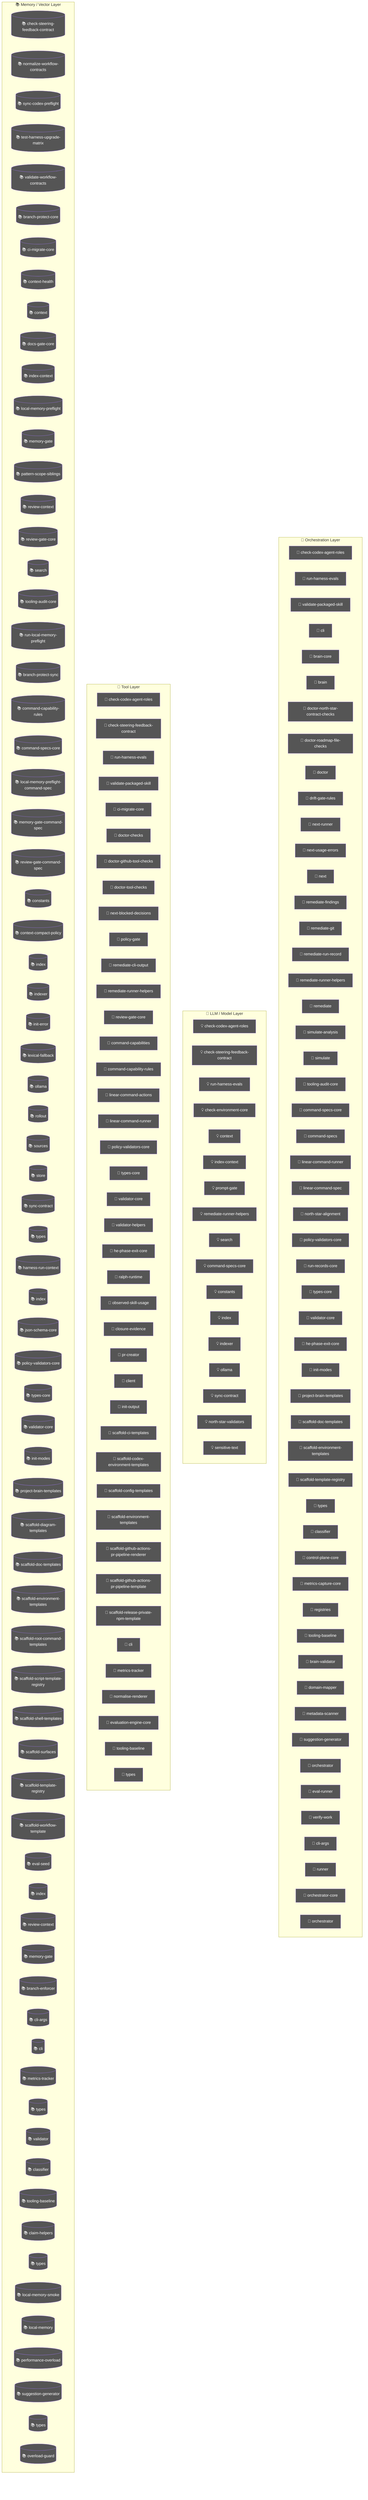
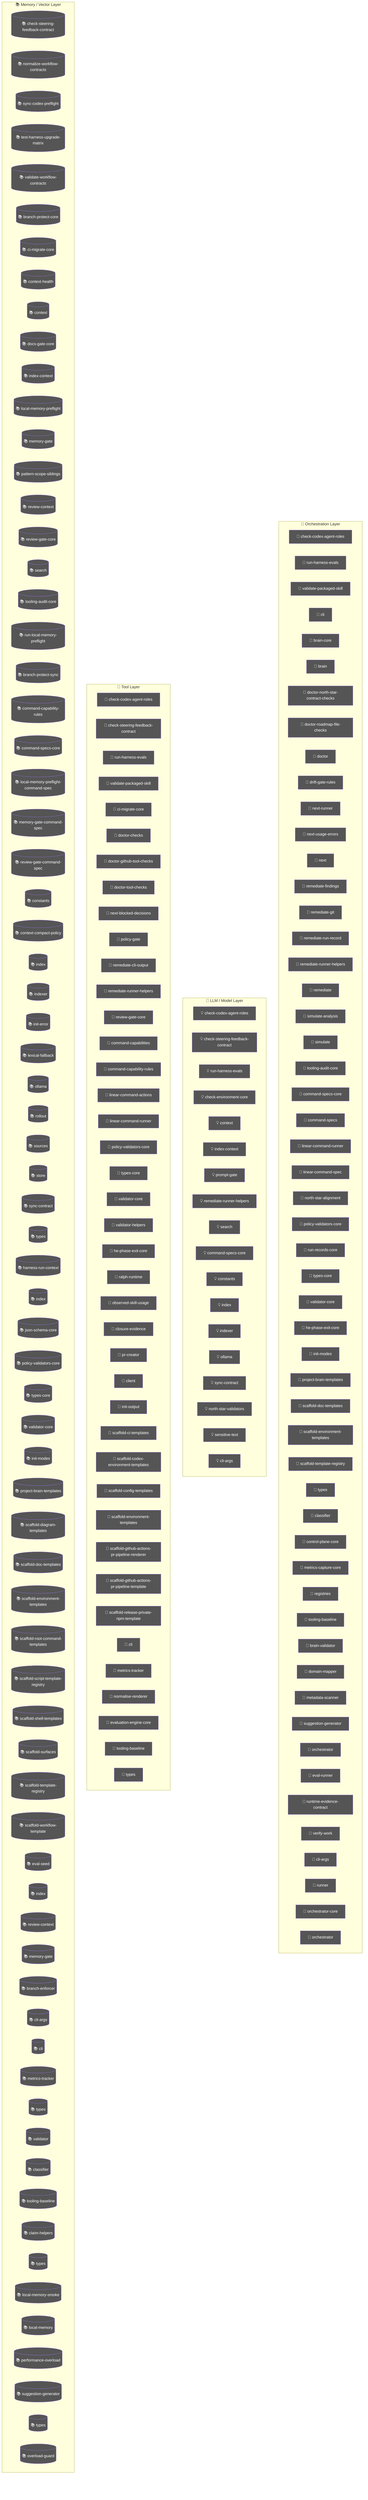
flowchart TD
  subgraph Orchestration["🎯 Orchestration Layer"]
    node_agent_mmd_orchestration_layer_orchestration_chec_7a9f0b64["🤖 check-codex-agent-roles"]
    node_agent_mmd_orchestration_layer_orchestration_run__18817957["🤖 run-harness-evals"]
    node_agent_mmd_orchestration_layer_orchestration_vali_c01b04be["🤖 validate-packaged-skill"]
    cli_99bb8840["🤖 cli"]
    brain_core_aa07c380["🤖 brain-core"]
    brain_bbbf7a64["🤖 brain"]
    doctor_north_star_contract_checks_0048124c["🤖 doctor-north-star-contract-checks"]
    doctor_roadmap_file_checks_14447b8e["🤖 doctor-roadmap-file-checks"]
    doctor_72f4be89["🤖 doctor"]
    drift_gate_rules_9685e72d["🤖 drift-gate-rules"]
    next_runner_41643472["🤖 next-runner"]
    next_usage_errors_837a345a["🤖 next-usage-errors"]
    next_c6c1c9a9["🤖 next"]
    remediate_findings_8b09c8c6["🤖 remediate-findings"]
    remediate_git_58c6f6f4["🤖 remediate-git"]
    remediate_run_record_9dfe5dc1["🤖 remediate-run-record"]
    node_agent_mmd_orchestration_layer_orchestration_reme_359fe98f["🤖 remediate-runner-helpers"]
    remediate_06b9c7fc["🤖 remediate"]
    simulate_analysis_164a460c["🤖 simulate-analysis"]
    simulate_b9efe395["🤖 simulate"]
    node_agent_mmd_orchestration_layer_orchestration_tool_acfe0c01["🤖 tooling-audit-core"]
    node_agent_mmd_orchestration_layer_orchestration_comm_1f8cc24c["🤖 command-specs-core"]
    command_specs_69167c63["🤖 command-specs"]
    node_agent_mmd_orchestration_layer_orchestration_line_b67affd5["🤖 linear-command-runner"]
    linear_command_spec_1e12dd44["🤖 linear-command-spec"]
    north_star_alignment_00440188["🤖 north-star-alignment"]
    node_agent_mmd_orchestration_layer_orchestration_poli_3270b55d["🤖 policy-validators-core"]
    run_records_core_89286dfa["🤖 run-records-core"]
    node_agent_mmd_orchestration_layer_orchestration_type_7cf81261["🤖 types-core"]
    node_agent_mmd_orchestration_layer_orchestration_vali_d9fe99e6["🤖 validator-core"]
    node_agent_mmd_orchestration_layer_orchestration_he_p_fc778c24["🤖 he-phase-exit-core"]
    node_agent_mmd_orchestration_layer_orchestration_init_2a9c3ecb["🤖 init-modes"]
    node_agent_mmd_orchestration_layer_orchestration_proj_6ab6f60f["🤖 project-brain-templates"]
    node_agent_mmd_orchestration_layer_orchestration_scaf_12cc07db["🤖 scaffold-doc-templates"]
    node_agent_mmd_orchestration_layer_orchestration_scaf_c9a90c2f["🤖 scaffold-environment-templates"]
    node_agent_mmd_orchestration_layer_orchestration_scaf_ff8f92f6["🤖 scaffold-template-registry"]
-     types_8_f6283648["🤖 types"]
+     types_9_1db4641f["🤖 types"]
    node_agent_mmd_orchestration_layer_orchestration_clas_899b821a["🤖 classifier"]
    control_plane_core_db3b4cb2["🤖 control-plane-core"]
    metrics_capture_core_db4bf7cf["🤖 metrics-capture-core"]
    registries_06402afa["🤖 registries"]
    node_agent_mmd_orchestration_layer_orchestration_tool_cc43149f["🤖 tooling-baseline"]
    brain_validator_be251832["🤖 brain-validator"]
    domain_mapper_cd9333d2["🤖 domain-mapper"]
    metadata_scanner_6a101b66["🤖 metadata-scanner"]
    node_agent_mmd_orchestration_layer_orchestration_sugg_85c5ebe3["🤖 suggestion-generator"]
    orchestrator_11376b7e["🤖 orchestrator"]
    eval_runner_0966a6b3["🤖 eval-runner"]
+     runtime_evidence_contract_0f7b15b2["🤖 runtime-evidence-contract"]
    verify_work_1_cd8e7ec3["🤖 verify-work"]
-     cli_args_3_371ad1f3["🤖 cli-args"]
+     cli_args_7_16dab031["🤖 cli-args"]
    runner_527aa9f4["🤖 runner"]
    orchestrator_core_d0678b53["🤖 orchestrator-core"]
    orchestrator_1_6b7137c5["🤖 orchestrator"]
  end
  subgraph LLMLayer["🧠 LLM / Model Layer"]
    node_agent_mmd_llm_model_layer_llmlayer_check_codex_a_29e7b7fa["💡 check-codex-agent-roles"]
    node_agent_mmd_llm_model_layer_llmlayer_check_steerin_a7dbbd2f["💡 check-steering-feedback-contract"]
    node_agent_mmd_llm_model_layer_llmlayer_run_harness_e_603fcfdc["💡 run-harness-evals"]
    check_environment_core_2c16213f["💡 check-environment-core"]
    node_agent_mmd_llm_model_layer_llmlayer_context_conte_ad2dfbd9["💡 context"]
    node_agent_mmd_llm_model_layer_llmlayer_index_context_1041bd11["💡 index-context"]
    prompt_gate_c5e9d207["💡 prompt-gate"]
    node_agent_mmd_llm_model_layer_llmlayer_remediate_run_9e3d4585["💡 remediate-runner-helpers"]
    node_agent_mmd_llm_model_layer_llmlayer_search_search_66b9a911["💡 search"]
    node_agent_mmd_llm_model_layer_llmlayer_command_specs_782af9fa["💡 command-specs-core"]
    node_agent_mmd_llm_model_layer_llmlayer_constants_con_c9bd3f6c["💡 constants"]
    node_agent_mmd_llm_model_layer_llmlayer_index_index_1_02e160ff["💡 index"]
    node_agent_mmd_llm_model_layer_llmlayer_indexer_index_4f4deef5["💡 indexer"]
    node_agent_mmd_llm_model_layer_llmlayer_ollama_ollama_968b23fa["💡 ollama"]
    node_agent_mmd_llm_model_layer_llmlayer_sync_contract_9f3cc8c1["💡 sync-contract"]
    north_star_validators_cfc926ce["💡 north-star-validators"]
    sensitive_text_7c11f760["💡 sensitive-text"]
+     cli_args_5_09ea29f0["💡 cli-args"]
  end
  subgraph ToolLayer["🔧 Tool Layer"]
    node_agent_mmd_tool_layer_toollayer_check_codex_agent_4b361d5a["🔧 check-codex-agent-roles"]
    node_agent_mmd_tool_layer_toollayer_check_steering_fe_84ed22c2["🔧 check-steering-feedback-contract"]
    node_agent_mmd_tool_layer_toollayer_run_harness_evals_e2ee24f1["🔧 run-harness-evals"]
    node_agent_mmd_tool_layer_toollayer_validate_packaged_f6ed6f12["🔧 validate-packaged-skill"]
    node_agent_mmd_tool_layer_toollayer_ci_migrate_core_c_049f8460["🔧 ci-migrate-core"]
    doctor_checks_5a2eb2b9["🔧 doctor-checks"]
    doctor_github_tool_checks_a53b0382["🔧 doctor-github-tool-checks"]
    doctor_tool_checks_4acac51a["🔧 doctor-tool-checks"]
    next_blocked_decisions_4140ad2b["🔧 next-blocked-decisions"]
    policy_gate_213f7313["🔧 policy-gate"]
    remediate_cli_output_cc165396["🔧 remediate-cli-output"]
    node_agent_mmd_tool_layer_toollayer_remediate_runner__c003b871["🔧 remediate-runner-helpers"]
    node_agent_mmd_tool_layer_toollayer_review_gate_core__7704598b["🔧 review-gate-core"]
    command_capabilities_a4d5c71e["🔧 command-capabilities"]
    node_agent_mmd_tool_layer_toollayer_command_capabilit_e97a4615["🔧 command-capability-rules"]
    linear_command_actions_e430f4f4["🔧 linear-command-actions"]
    node_agent_mmd_tool_layer_toollayer_linear_command_ru_d6763748["🔧 linear-command-runner"]
    node_agent_mmd_tool_layer_toollayer_policy_validators_af136abf["🔧 policy-validators-core"]
    node_agent_mmd_tool_layer_toollayer_types_core_types__6c8319b6["🔧 types-core"]
    node_agent_mmd_tool_layer_toollayer_validator_core_va_6ef6131f["🔧 validator-core"]
    validator_helpers_7b927667["🔧 validator-helpers"]
    node_agent_mmd_tool_layer_toollayer_he_phase_exit_cor_af016160["🔧 he-phase-exit-core"]
    ralph_runtime_73d63c0e["🔧 ralph-runtime"]
    observed_skill_usage_ed7d5930["🔧 observed-skill-usage"]
    closure_evidence_aaa31467["🔧 closure-evidence"]
    pr_creator_dc6b1ea4["🔧 pr-creator"]
    client_948fe603["🔧 client"]
    init_output_360dce91["🔧 init-output"]
    scaffold_ci_templates_2afd6392["🔧 scaffold-ci-templates"]
    scaffold_codex_environment_templates_334fbbed["🔧 scaffold-codex-environment-templates"]
    scaffold_config_templates_4b80ce53["🔧 scaffold-config-templates"]
    node_agent_mmd_tool_layer_toollayer_scaffold_environm_c1afc013["🔧 scaffold-environment-templates"]
    scaffold_github_actions_pr_pipeline_renderer_1ee18de5["🔧 scaffold-github-actions-pr-pipeline-renderer"]
    scaffold_github_actions_pr_pipeline_template_e2b85f62["🔧 scaffold-github-actions-pr-pipeline-template"]
    scaffold_release_private_npm_template_075499f8["🔧 scaffold-release-private-npm-template"]
    node_agent_mmd_tool_layer_toollayer_cli_cli_2_1_32d9eeaf["🔧 cli"]
    node_agent_mmd_tool_layer_toollayer_metrics_tracker_m_4c9237d8["🔧 metrics-tracker"]
    normalise_renderer_85f2e563["🔧 normalise-renderer"]
    evaluation_engine_core_e054fe49["🔧 evaluation-engine-core"]
    node_agent_mmd_tool_layer_toollayer_tooling_baseline__61e66e9f["🔧 tooling-baseline"]
-     types_21_5756f9dc["🔧 types"]
+     types_24_c63dc1a7["🔧 types"]
  end
  subgraph MemoryLayer["📚 Memory / Vector Layer"]
    node_agent_mmd_memory_vector_layer_memorylayer_check__d71f8993[("📚 check-steering-feedback-contract")]
    normalize_workflow_contracts_8701f1c8[("📚 normalize-workflow-contracts")]
    sync_codex_preflight_7e7a8dc2[("📚 sync-codex-preflight")]
    test_harness_upgrade_matrix_84113c4e[("📚 test-harness-upgrade-matrix")]
    validate_workflow_contracts_33dc063c[("📚 validate-workflow-contracts")]
    branch_protect_core_a8feb0fd[("📚 branch-protect-core")]
    node_agent_mmd_memory_vector_layer_memorylayer_ci_mig_0cd5b1a4[("📚 ci-migrate-core")]
    context_health_80bb7da9[("📚 context-health")]
    node_agent_mmd_memory_vector_layer_memorylayer_contex_78ceaaa9[("📚 context")]
    docs_gate_core_eb9b6c18[("📚 docs-gate-core")]
    node_agent_mmd_memory_vector_layer_memorylayer_index__6f3402d0[("📚 index-context")]
    local_memory_preflight_dcc36c42[("📚 local-memory-preflight")]
    memory_gate_a577a506[("📚 memory-gate")]
    pattern_scope_siblings_43abe000[("📚 pattern-scope-siblings")]
    review_context_ca6cf81d[("📚 review-context")]
    node_agent_mmd_memory_vector_layer_memorylayer_review_5bee9816[("📚 review-gate-core")]
    node_agent_mmd_memory_vector_layer_memorylayer_search_ac35cb7e[("📚 search")]
    node_agent_mmd_memory_vector_layer_memorylayer_toolin_a1185b8f[("📚 tooling-audit-core")]
    run_local_memory_preflight_36e92808[("📚 run-local-memory-preflight")]
    branch_protect_sync_570adb18[("📚 branch-protect-sync")]
    node_agent_mmd_memory_vector_layer_memorylayer_comman_c72a5d05[("📚 command-capability-rules")]
    node_agent_mmd_memory_vector_layer_memorylayer_comman_111eb454[("📚 command-specs-core")]
    local_memory_preflight_command_spec_9e23f3ce[("📚 local-memory-preflight-command-spec")]
    memory_gate_command_spec_dc9001a9[("📚 memory-gate-command-spec")]
    review_gate_command_spec_3187376a[("📚 review-gate-command-spec")]
    node_agent_mmd_memory_vector_layer_memorylayer_consta_702d3f46[("📚 constants")]
    context_compact_policy_3dcaf95d[("📚 context-compact-policy")]
    node_agent_mmd_memory_vector_layer_memorylayer_index__752bc61e[("📚 index")]
    node_agent_mmd_memory_vector_layer_memorylayer_indexe_93e6d86f[("📚 indexer")]
    init_error_5c7dd49f[("📚 init-error")]
    lexical_fallback_723e2b3e[("📚 lexical-fallback")]
    node_agent_mmd_memory_vector_layer_memorylayer_ollama_6d51be16[("📚 ollama")]
    rollout_a4fa034c[("📚 rollout")]
    sources_878a52fc[("📚 sources")]
    store_824d80d7[("📚 store")]
    node_agent_mmd_memory_vector_layer_memorylayer_sync_c_e43418bc[("📚 sync-contract")]
-     types_3_9675d69b[("📚 types")]
+     types_4_822d0f88[("📚 types")]
    harness_run_context_ac7c77a9[("📚 harness-run-context")]
    index_1_faebc14e[("📚 index")]
    json_schema_core_96d7e328[("📚 json-schema-core")]
    node_agent_mmd_memory_vector_layer_memorylayer_policy_1944de42[("📚 policy-validators-core")]
    node_agent_mmd_memory_vector_layer_memorylayer_types__83f369fa[("📚 types-core")]
    node_agent_mmd_memory_vector_layer_memorylayer_valida_41034356[("📚 validator-core")]
    node_agent_mmd_memory_vector_layer_memorylayer_init_m_333d02c5[("📚 init-modes")]
    node_agent_mmd_memory_vector_layer_memorylayer_projec_3ae304d9[("📚 project-brain-templates")]
    scaffold_diagram_templates_dd88e83c[("📚 scaffold-diagram-templates")]
    node_agent_mmd_memory_vector_layer_memorylayer_scaffo_5fd73b94[("📚 scaffold-doc-templates")]
    node_agent_mmd_memory_vector_layer_memorylayer_scaffo_12b42341[("📚 scaffold-environment-templates")]
    scaffold_root_command_templates_404fed7f[("📚 scaffold-root-command-templates")]
    scaffold_script_template_registry_69312d4e[("📚 scaffold-script-template-registry")]
    scaffold_shell_templates_0ad0f915[("📚 scaffold-shell-templates")]
    scaffold_surfaces_12d6494e[("📚 scaffold-surfaces")]
    node_agent_mmd_memory_vector_layer_memorylayer_scaffo_a86eece1[("📚 scaffold-template-registry")]
    scaffold_workflow_template_92310587[("📚 scaffold-workflow-template")]
    eval_seed_5699fd3e[("📚 eval-seed")]
    index_4_013aa0e3[("📚 index")]
    review_context_1_e3afed15[("📚 review-context")]
    memory_gate_1_265164ac[("📚 memory-gate")]
    branch_enforcer_acb749cd[("📚 branch-enforcer")]
-     cli_args_1_6144b055[("📚 cli-args")]
+     cli_args_2_81c58cf7[("📚 cli-args")]
    node_agent_mmd_memory_vector_layer_memorylayer_cli_cl_1f1f89ab[("📚 cli")]
    node_agent_mmd_memory_vector_layer_memorylayer_metric_12562178[("📚 metrics-tracker")]
-     types_10_75e5a4a0[("📚 types")]
+     types_11_4be3ee64[("📚 types")]
    validator_4_5180cf23[("📚 validator")]
    node_agent_mmd_memory_vector_layer_memorylayer_classi_1ebbf5ff[("📚 classifier")]
    node_agent_mmd_memory_vector_layer_memorylayer_toolin_14f86b00[("📚 tooling-baseline")]
    claim_helpers_20dc8387[("📚 claim-helpers")]
-     types_14_fe7507be[("📚 types")]
+     types_16_0fae1112[("📚 types")]
    local_memory_smoke_1175abfc[("📚 local-memory-smoke")]
    local_memory_0db17ecc[("📚 local-memory")]
    performance_overload_c685bfcf[("📚 performance-overload")]
    node_agent_mmd_memory_vector_layer_memorylayer_sugges_267f408d[("📚 suggestion-generator")]
-     types_19_eb4ad5f0[("📚 types")]
+     types_22_f3cf4a73[("📚 types")]
    overload_guard_2748c559[("📚 overload-guard")]
  end
  classDef agentNode fill:#555,color:#fff
-   class node_agent_mmd_orchestration_layer_orchestration_chec_7a9f0b64,node_agent_mmd_llm_model_layer_llmlayer_check_codex_a_29e7b7fa,node_agent_mmd_tool_layer_toollayer_check_codex_agent_4b361d5a,node_agent_mmd_orchestration_layer_orchestration_run__18817957,node_agent_mmd_llm_model_layer_llmlayer_run_harness_e_603fcfdc,node_agent_mmd_tool_layer_toollayer_run_harness_evals_e2ee24f1,node_agent_mmd_orchestration_layer_orchestration_vali_c01b04be,node_agent_mmd_tool_layer_toollayer_validate_packaged_f6ed6f12,cli_99bb8840,brain_core_aa07c380,brain_bbbf7a64,doctor_north_star_contract_checks_0048124c,doctor_roadmap_file_checks_14447b8e,doctor_72f4be89,drift_gate_rules_9685e72d,next_runner_41643472,next_usage_errors_837a345a,next_c6c1c9a9,remediate_findings_8b09c8c6,remediate_git_58c6f6f4,remediate_run_record_9dfe5dc1,node_agent_mmd_orchestration_layer_orchestration_reme_359fe98f,node_agent_mmd_llm_model_layer_llmlayer_remediate_run_9e3d4585,node_agent_mmd_tool_layer_toollayer_remediate_runner__c003b871,remediate_06b9c7fc,simulate_analysis_164a460c,simulate_b9efe395,node_agent_mmd_orchestration_layer_orchestration_tool_acfe0c01,node_agent_mmd_memory_vector_layer_memorylayer_toolin_a1185b8f,node_agent_mmd_orchestration_layer_orchestration_comm_1f8cc24c,node_agent_mmd_llm_model_layer_llmlayer_command_specs_782af9fa,node_agent_mmd_memory_vector_layer_memorylayer_comman_111eb454,command_specs_69167c63,node_agent_mmd_orchestration_layer_orchestration_line_b67affd5,node_agent_mmd_tool_layer_toollayer_linear_command_ru_d6763748,linear_command_spec_1e12dd44,north_star_alignment_00440188,node_agent_mmd_orchestration_layer_orchestration_poli_3270b55d,node_agent_mmd_tool_layer_toollayer_policy_validators_af136abf,node_agent_mmd_memory_vector_layer_memorylayer_policy_1944de42,run_records_core_89286dfa,node_agent_mmd_orchestration_layer_orchestration_type_7cf81261,node_agent_mmd_tool_layer_toollayer_types_core_types__6c8319b6,node_agent_mmd_memory_vector_layer_memorylayer_types__83f369fa,node_agent_mmd_orchestration_layer_orchestration_vali_d9fe99e6,node_agent_mmd_tool_layer_toollayer_validator_core_va_6ef6131f,node_agent_mmd_memory_vector_layer_memorylayer_valida_41034356,node_agent_mmd_orchestration_layer_orchestration_he_p_fc778c24,node_agent_mmd_tool_layer_toollayer_he_phase_exit_cor_af016160,node_agent_mmd_orchestration_layer_orchestration_init_2a9c3ecb,node_agent_mmd_memory_vector_layer_memorylayer_init_m_333d02c5,node_agent_mmd_orchestration_layer_orchestration_proj_6ab6f60f,node_agent_mmd_memory_vector_layer_memorylayer_projec_3ae304d9,node_agent_mmd_orchestration_layer_orchestration_scaf_12cc07db,node_agent_mmd_memory_vector_layer_memorylayer_scaffo_5fd73b94,node_agent_mmd_orchestration_layer_orchestration_scaf_c9a90c2f,node_agent_mmd_tool_layer_toollayer_scaffold_environm_c1afc013,node_agent_mmd_memory_vector_layer_memorylayer_scaffo_12b42341,node_agent_mmd_orchestration_layer_orchestration_scaf_ff8f92f6,node_agent_mmd_memory_vector_layer_memorylayer_scaffo_a86eece1,types_8_f6283648,node_agent_mmd_orchestration_layer_orchestration_clas_899b821a,node_agent_mmd_memory_vector_layer_memorylayer_classi_1ebbf5ff,control_plane_core_db3b4cb2,metrics_capture_core_db4bf7cf,registries_06402afa,node_agent_mmd_orchestration_layer_orchestration_tool_cc43149f,node_agent_mmd_tool_layer_toollayer_tooling_baseline__61e66e9f,node_agent_mmd_memory_vector_layer_memorylayer_toolin_14f86b00,brain_validator_be251832,domain_mapper_cd9333d2,metadata_scanner_6a101b66,node_agent_mmd_orchestration_layer_orchestration_sugg_85c5ebe3,node_agent_mmd_memory_vector_layer_memorylayer_sugges_267f408d,orchestrator_11376b7e,eval_runner_0966a6b3,verify_work_1_cd8e7ec3,cli_args_3_371ad1f3,runner_527aa9f4,orchestrator_core_d0678b53,orchestrator_1_6b7137c5 agentNode
+   class node_agent_mmd_orchestration_layer_orchestration_chec_7a9f0b64,node_agent_mmd_llm_model_layer_llmlayer_check_codex_a_29e7b7fa,node_agent_mmd_tool_layer_toollayer_check_codex_agent_4b361d5a,node_agent_mmd_orchestration_layer_orchestration_run__18817957,node_agent_mmd_llm_model_layer_llmlayer_run_harness_e_603fcfdc,node_agent_mmd_tool_layer_toollayer_run_harness_evals_e2ee24f1,node_agent_mmd_orchestration_layer_orchestration_vali_c01b04be,node_agent_mmd_tool_layer_toollayer_validate_packaged_f6ed6f12,cli_99bb8840,brain_core_aa07c380,brain_bbbf7a64,doctor_north_star_contract_checks_0048124c,doctor_roadmap_file_checks_14447b8e,doctor_72f4be89,drift_gate_rules_9685e72d,next_runner_41643472,next_usage_errors_837a345a,next_c6c1c9a9,remediate_findings_8b09c8c6,remediate_git_58c6f6f4,remediate_run_record_9dfe5dc1,node_agent_mmd_orchestration_layer_orchestration_reme_359fe98f,node_agent_mmd_llm_model_layer_llmlayer_remediate_run_9e3d4585,node_agent_mmd_tool_layer_toollayer_remediate_runner__c003b871,remediate_06b9c7fc,simulate_analysis_164a460c,simulate_b9efe395,node_agent_mmd_orchestration_layer_orchestration_tool_acfe0c01,node_agent_mmd_memory_vector_layer_memorylayer_toolin_a1185b8f,node_agent_mmd_orchestration_layer_orchestration_comm_1f8cc24c,node_agent_mmd_llm_model_layer_llmlayer_command_specs_782af9fa,node_agent_mmd_memory_vector_layer_memorylayer_comman_111eb454,command_specs_69167c63,node_agent_mmd_orchestration_layer_orchestration_line_b67affd5,node_agent_mmd_tool_layer_toollayer_linear_command_ru_d6763748,linear_command_spec_1e12dd44,north_star_alignment_00440188,node_agent_mmd_orchestration_layer_orchestration_poli_3270b55d,node_agent_mmd_tool_layer_toollayer_policy_validators_af136abf,node_agent_mmd_memory_vector_layer_memorylayer_policy_1944de42,run_records_core_89286dfa,node_agent_mmd_orchestration_layer_orchestration_type_7cf81261,node_agent_mmd_tool_layer_toollayer_types_core_types__6c8319b6,node_agent_mmd_memory_vector_layer_memorylayer_types__83f369fa,node_agent_mmd_orchestration_layer_orchestration_vali_d9fe99e6,node_agent_mmd_tool_layer_toollayer_validator_core_va_6ef6131f,node_agent_mmd_memory_vector_layer_memorylayer_valida_41034356,node_agent_mmd_orchestration_layer_orchestration_he_p_fc778c24,node_agent_mmd_tool_layer_toollayer_he_phase_exit_cor_af016160,node_agent_mmd_orchestration_layer_orchestration_init_2a9c3ecb,node_agent_mmd_memory_vector_layer_memorylayer_init_m_333d02c5,node_agent_mmd_orchestration_layer_orchestration_proj_6ab6f60f,node_agent_mmd_memory_vector_layer_memorylayer_projec_3ae304d9,node_agent_mmd_orchestration_layer_orchestration_scaf_12cc07db,node_agent_mmd_memory_vector_layer_memorylayer_scaffo_5fd73b94,node_agent_mmd_orchestration_layer_orchestration_scaf_c9a90c2f,node_agent_mmd_tool_layer_toollayer_scaffold_environm_c1afc013,node_agent_mmd_memory_vector_layer_memorylayer_scaffo_12b42341,node_agent_mmd_orchestration_layer_orchestration_scaf_ff8f92f6,node_agent_mmd_memory_vector_layer_memorylayer_scaffo_a86eece1,types_9_1db4641f,node_agent_mmd_orchestration_layer_orchestration_clas_899b821a,node_agent_mmd_memory_vector_layer_memorylayer_classi_1ebbf5ff,control_plane_core_db3b4cb2,metrics_capture_core_db4bf7cf,registries_06402afa,node_agent_mmd_orchestration_layer_orchestration_tool_cc43149f,node_agent_mmd_tool_layer_toollayer_tooling_baseline__61e66e9f,node_agent_mmd_memory_vector_layer_memorylayer_toolin_14f86b00,brain_validator_be251832,domain_mapper_cd9333d2,metadata_scanner_6a101b66,node_agent_mmd_orchestration_layer_orchestration_sugg_85c5ebe3,node_agent_mmd_memory_vector_layer_memorylayer_sugges_267f408d,orchestrator_11376b7e,eval_runner_0966a6b3,runtime_evidence_contract_0f7b15b2,verify_work_1_cd8e7ec3,cli_args_7_16dab031,runner_527aa9f4,orchestrator_core_d0678b53,orchestrator_1_6b7137c5 agentNode
  classDef llmNode fill:#555,color:#fff
-   class node_agent_mmd_orchestration_layer_orchestration_chec_7a9f0b64,node_agent_mmd_llm_model_layer_llmlayer_check_codex_a_29e7b7fa,node_agent_mmd_tool_layer_toollayer_check_codex_agent_4b361d5a,node_agent_mmd_llm_model_layer_llmlayer_check_steerin_a7dbbd2f,node_agent_mmd_tool_layer_toollayer_check_steering_fe_84ed22c2,node_agent_mmd_memory_vector_layer_memorylayer_check__d71f8993,node_agent_mmd_orchestration_layer_orchestration_run__18817957,node_agent_mmd_llm_model_layer_llmlayer_run_harness_e_603fcfdc,node_agent_mmd_tool_layer_toollayer_run_harness_evals_e2ee24f1,check_environment_core_2c16213f,node_agent_mmd_llm_model_layer_llmlayer_context_conte_ad2dfbd9,node_agent_mmd_memory_vector_layer_memorylayer_contex_78ceaaa9,node_agent_mmd_llm_model_layer_llmlayer_index_context_1041bd11,node_agent_mmd_memory_vector_layer_memorylayer_index__6f3402d0,prompt_gate_c5e9d207,node_agent_mmd_orchestration_layer_orchestration_reme_359fe98f,node_agent_mmd_llm_model_layer_llmlayer_remediate_run_9e3d4585,node_agent_mmd_tool_layer_toollayer_remediate_runner__c003b871,node_agent_mmd_llm_model_layer_llmlayer_search_search_66b9a911,node_agent_mmd_memory_vector_layer_memorylayer_search_ac35cb7e,node_agent_mmd_orchestration_layer_orchestration_comm_1f8cc24c,node_agent_mmd_llm_model_layer_llmlayer_command_specs_782af9fa,node_agent_mmd_memory_vector_layer_memorylayer_comman_111eb454,node_agent_mmd_llm_model_layer_llmlayer_constants_con_c9bd3f6c,node_agent_mmd_memory_vector_layer_memorylayer_consta_702d3f46,node_agent_mmd_llm_model_layer_llmlayer_index_index_1_02e160ff,node_agent_mmd_memory_vector_layer_memorylayer_index__752bc61e,node_agent_mmd_llm_model_layer_llmlayer_indexer_index_4f4deef5,node_agent_mmd_memory_vector_layer_memorylayer_indexe_93e6d86f,node_agent_mmd_llm_model_layer_llmlayer_ollama_ollama_968b23fa,node_agent_mmd_memory_vector_layer_memorylayer_ollama_6d51be16,node_agent_mmd_llm_model_layer_llmlayer_sync_contract_9f3cc8c1,node_agent_mmd_memory_vector_layer_memorylayer_sync_c_e43418bc,north_star_validators_cfc926ce,sensitive_text_7c11f760 llmNode
+   class node_agent_mmd_orchestration_layer_orchestration_chec_7a9f0b64,node_agent_mmd_llm_model_layer_llmlayer_check_codex_a_29e7b7fa,node_agent_mmd_tool_layer_toollayer_check_codex_agent_4b361d5a,node_agent_mmd_llm_model_layer_llmlayer_check_steerin_a7dbbd2f,node_agent_mmd_tool_layer_toollayer_check_steering_fe_84ed22c2,node_agent_mmd_memory_vector_layer_memorylayer_check__d71f8993,node_agent_mmd_orchestration_layer_orchestration_run__18817957,node_agent_mmd_llm_model_layer_llmlayer_run_harness_e_603fcfdc,node_agent_mmd_tool_layer_toollayer_run_harness_evals_e2ee24f1,check_environment_core_2c16213f,node_agent_mmd_llm_model_layer_llmlayer_context_conte_ad2dfbd9,node_agent_mmd_memory_vector_layer_memorylayer_contex_78ceaaa9,node_agent_mmd_llm_model_layer_llmlayer_index_context_1041bd11,node_agent_mmd_memory_vector_layer_memorylayer_index__6f3402d0,prompt_gate_c5e9d207,node_agent_mmd_orchestration_layer_orchestration_reme_359fe98f,node_agent_mmd_llm_model_layer_llmlayer_remediate_run_9e3d4585,node_agent_mmd_tool_layer_toollayer_remediate_runner__c003b871,node_agent_mmd_llm_model_layer_llmlayer_search_search_66b9a911,node_agent_mmd_memory_vector_layer_memorylayer_search_ac35cb7e,node_agent_mmd_orchestration_layer_orchestration_comm_1f8cc24c,node_agent_mmd_llm_model_layer_llmlayer_command_specs_782af9fa,node_agent_mmd_memory_vector_layer_memorylayer_comman_111eb454,node_agent_mmd_llm_model_layer_llmlayer_constants_con_c9bd3f6c,node_agent_mmd_memory_vector_layer_memorylayer_consta_702d3f46,node_agent_mmd_llm_model_layer_llmlayer_index_index_1_02e160ff,node_agent_mmd_memory_vector_layer_memorylayer_index__752bc61e,node_agent_mmd_llm_model_layer_llmlayer_indexer_index_4f4deef5,node_agent_mmd_memory_vector_layer_memorylayer_indexe_93e6d86f,node_agent_mmd_llm_model_layer_llmlayer_ollama_ollama_968b23fa,node_agent_mmd_memory_vector_layer_memorylayer_ollama_6d51be16,node_agent_mmd_llm_model_layer_llmlayer_sync_contract_9f3cc8c1,node_agent_mmd_memory_vector_layer_memorylayer_sync_c_e43418bc,north_star_validators_cfc926ce,sensitive_text_7c11f760,cli_args_5_09ea29f0 llmNode
  classDef toolNode fill:#555,color:#fff
-   class node_agent_mmd_orchestration_layer_orchestration_chec_7a9f0b64,node_agent_mmd_llm_model_layer_llmlayer_check_codex_a_29e7b7fa,node_agent_mmd_tool_layer_toollayer_check_codex_agent_4b361d5a,node_agent_mmd_llm_model_layer_llmlayer_check_steerin_a7dbbd2f,node_agent_mmd_tool_layer_toollayer_check_steering_fe_84ed22c2,node_agent_mmd_memory_vector_layer_memorylayer_check__d71f8993,node_agent_mmd_orchestration_layer_orchestration_run__18817957,node_agent_mmd_llm_model_layer_llmlayer_run_harness_e_603fcfdc,node_agent_mmd_tool_layer_toollayer_run_harness_evals_e2ee24f1,node_agent_mmd_orchestration_layer_orchestration_vali_c01b04be,node_agent_mmd_tool_layer_toollayer_validate_packaged_f6ed6f12,node_agent_mmd_tool_layer_toollayer_ci_migrate_core_c_049f8460,node_agent_mmd_memory_vector_layer_memorylayer_ci_mig_0cd5b1a4,doctor_checks_5a2eb2b9,doctor_github_tool_checks_a53b0382,doctor_tool_checks_4acac51a,next_blocked_decisions_4140ad2b,policy_gate_213f7313,remediate_cli_output_cc165396,node_agent_mmd_orchestration_layer_orchestration_reme_359fe98f,node_agent_mmd_llm_model_layer_llmlayer_remediate_run_9e3d4585,node_agent_mmd_tool_layer_toollayer_remediate_runner__c003b871,node_agent_mmd_tool_layer_toollayer_review_gate_core__7704598b,node_agent_mmd_memory_vector_layer_memorylayer_review_5bee9816,command_capabilities_a4d5c71e,node_agent_mmd_tool_layer_toollayer_command_capabilit_e97a4615,node_agent_mmd_memory_vector_layer_memorylayer_comman_c72a5d05,linear_command_actions_e430f4f4,node_agent_mmd_orchestration_layer_orchestration_line_b67affd5,node_agent_mmd_tool_layer_toollayer_linear_command_ru_d6763748,node_agent_mmd_orchestration_layer_orchestration_poli_3270b55d,node_agent_mmd_tool_layer_toollayer_policy_validators_af136abf,node_agent_mmd_memory_vector_layer_memorylayer_policy_1944de42,node_agent_mmd_orchestration_layer_orchestration_type_7cf81261,node_agent_mmd_tool_layer_toollayer_types_core_types__6c8319b6,node_agent_mmd_memory_vector_layer_memorylayer_types__83f369fa,node_agent_mmd_orchestration_layer_orchestration_vali_d9fe99e6,node_agent_mmd_tool_layer_toollayer_validator_core_va_6ef6131f,node_agent_mmd_memory_vector_layer_memorylayer_valida_41034356,validator_helpers_7b927667,node_agent_mmd_orchestration_layer_orchestration_he_p_fc778c24,node_agent_mmd_tool_layer_toollayer_he_phase_exit_cor_af016160,ralph_runtime_73d63c0e,observed_skill_usage_ed7d5930,closure_evidence_aaa31467,pr_creator_dc6b1ea4,client_948fe603,init_output_360dce91,scaffold_ci_templates_2afd6392,scaffold_codex_environment_templates_334fbbed,scaffold_config_templates_4b80ce53,node_agent_mmd_orchestration_layer_orchestration_scaf_c9a90c2f,node_agent_mmd_tool_layer_toollayer_scaffold_environm_c1afc013,node_agent_mmd_memory_vector_layer_memorylayer_scaffo_12b42341,scaffold_github_actions_pr_pipeline_renderer_1ee18de5,scaffold_github_actions_pr_pipeline_template_e2b85f62,scaffold_release_private_npm_template_075499f8,node_agent_mmd_tool_layer_toollayer_cli_cli_2_1_32d9eeaf,node_agent_mmd_memory_vector_layer_memorylayer_cli_cl_1f1f89ab,node_agent_mmd_tool_layer_toollayer_metrics_tracker_m_4c9237d8,node_agent_mmd_memory_vector_layer_memorylayer_metric_12562178,normalise_renderer_85f2e563,evaluation_engine_core_e054fe49,node_agent_mmd_orchestration_layer_orchestration_tool_cc43149f,node_agent_mmd_tool_layer_toollayer_tooling_baseline__61e66e9f,node_agent_mmd_memory_vector_layer_memorylayer_toolin_14f86b00,types_21_5756f9dc toolNode
+   class node_agent_mmd_orchestration_layer_orchestration_chec_7a9f0b64,node_agent_mmd_llm_model_layer_llmlayer_check_codex_a_29e7b7fa,node_agent_mmd_tool_layer_toollayer_check_codex_agent_4b361d5a,node_agent_mmd_llm_model_layer_llmlayer_check_steerin_a7dbbd2f,node_agent_mmd_tool_layer_toollayer_check_steering_fe_84ed22c2,node_agent_mmd_memory_vector_layer_memorylayer_check__d71f8993,node_agent_mmd_orchestration_layer_orchestration_run__18817957,node_agent_mmd_llm_model_layer_llmlayer_run_harness_e_603fcfdc,node_agent_mmd_tool_layer_toollayer_run_harness_evals_e2ee24f1,node_agent_mmd_orchestration_layer_orchestration_vali_c01b04be,node_agent_mmd_tool_layer_toollayer_validate_packaged_f6ed6f12,node_agent_mmd_tool_layer_toollayer_ci_migrate_core_c_049f8460,node_agent_mmd_memory_vector_layer_memorylayer_ci_mig_0cd5b1a4,doctor_checks_5a2eb2b9,doctor_github_tool_checks_a53b0382,doctor_tool_checks_4acac51a,next_blocked_decisions_4140ad2b,policy_gate_213f7313,remediate_cli_output_cc165396,node_agent_mmd_orchestration_layer_orchestration_reme_359fe98f,node_agent_mmd_llm_model_layer_llmlayer_remediate_run_9e3d4585,node_agent_mmd_tool_layer_toollayer_remediate_runner__c003b871,node_agent_mmd_tool_layer_toollayer_review_gate_core__7704598b,node_agent_mmd_memory_vector_layer_memorylayer_review_5bee9816,command_capabilities_a4d5c71e,node_agent_mmd_tool_layer_toollayer_command_capabilit_e97a4615,node_agent_mmd_memory_vector_layer_memorylayer_comman_c72a5d05,linear_command_actions_e430f4f4,node_agent_mmd_orchestration_layer_orchestration_line_b67affd5,node_agent_mmd_tool_layer_toollayer_linear_command_ru_d6763748,node_agent_mmd_orchestration_layer_orchestration_poli_3270b55d,node_agent_mmd_tool_layer_toollayer_policy_validators_af136abf,node_agent_mmd_memory_vector_layer_memorylayer_policy_1944de42,node_agent_mmd_orchestration_layer_orchestration_type_7cf81261,node_agent_mmd_tool_layer_toollayer_types_core_types__6c8319b6,node_agent_mmd_memory_vector_layer_memorylayer_types__83f369fa,node_agent_mmd_orchestration_layer_orchestration_vali_d9fe99e6,node_agent_mmd_tool_layer_toollayer_validator_core_va_6ef6131f,node_agent_mmd_memory_vector_layer_memorylayer_valida_41034356,validator_helpers_7b927667,node_agent_mmd_orchestration_layer_orchestration_he_p_fc778c24,node_agent_mmd_tool_layer_toollayer_he_phase_exit_cor_af016160,ralph_runtime_73d63c0e,observed_skill_usage_ed7d5930,closure_evidence_aaa31467,pr_creator_dc6b1ea4,client_948fe603,init_output_360dce91,scaffold_ci_templates_2afd6392,scaffold_codex_environment_templates_334fbbed,scaffold_config_templates_4b80ce53,node_agent_mmd_orchestration_layer_orchestration_scaf_c9a90c2f,node_agent_mmd_tool_layer_toollayer_scaffold_environm_c1afc013,node_agent_mmd_memory_vector_layer_memorylayer_scaffo_12b42341,scaffold_github_actions_pr_pipeline_renderer_1ee18de5,scaffold_github_actions_pr_pipeline_template_e2b85f62,scaffold_release_private_npm_template_075499f8,node_agent_mmd_tool_layer_toollayer_cli_cli_2_1_32d9eeaf,node_agent_mmd_memory_vector_layer_memorylayer_cli_cl_1f1f89ab,node_agent_mmd_tool_layer_toollayer_metrics_tracker_m_4c9237d8,node_agent_mmd_memory_vector_layer_memorylayer_metric_12562178,normalise_renderer_85f2e563,evaluation_engine_core_e054fe49,node_agent_mmd_orchestration_layer_orchestration_tool_cc43149f,node_agent_mmd_tool_layer_toollayer_tooling_baseline__61e66e9f,node_agent_mmd_memory_vector_layer_memorylayer_toolin_14f86b00,types_24_c63dc1a7 toolNode
  classDef memNode fill:#555,color:#fff
-   class node_agent_mmd_llm_model_layer_llmlayer_check_steerin_a7dbbd2f,node_agent_mmd_tool_layer_toollayer_check_steering_fe_84ed22c2,node_agent_mmd_memory_vector_layer_memorylayer_check__d71f8993,normalize_workflow_contracts_8701f1c8,sync_codex_preflight_7e7a8dc2,test_harness_upgrade_matrix_84113c4e,validate_workflow_contracts_33dc063c,branch_protect_core_a8feb0fd,node_agent_mmd_tool_layer_toollayer_ci_migrate_core_c_049f8460,node_agent_mmd_memory_vector_layer_memorylayer_ci_mig_0cd5b1a4,context_health_80bb7da9,node_agent_mmd_llm_model_layer_llmlayer_context_conte_ad2dfbd9,node_agent_mmd_memory_vector_layer_memorylayer_contex_78ceaaa9,docs_gate_core_eb9b6c18,node_agent_mmd_llm_model_layer_llmlayer_index_context_1041bd11,node_agent_mmd_memory_vector_layer_memorylayer_index__6f3402d0,local_memory_preflight_dcc36c42,memory_gate_a577a506,pattern_scope_siblings_43abe000,review_context_ca6cf81d,node_agent_mmd_tool_layer_toollayer_review_gate_core__7704598b,node_agent_mmd_memory_vector_layer_memorylayer_review_5bee9816,node_agent_mmd_llm_model_layer_llmlayer_search_search_66b9a911,node_agent_mmd_memory_vector_layer_memorylayer_search_ac35cb7e,node_agent_mmd_orchestration_layer_orchestration_tool_acfe0c01,node_agent_mmd_memory_vector_layer_memorylayer_toolin_a1185b8f,run_local_memory_preflight_36e92808,branch_protect_sync_570adb18,node_agent_mmd_tool_layer_toollayer_command_capabilit_e97a4615,node_agent_mmd_memory_vector_layer_memorylayer_comman_c72a5d05,node_agent_mmd_orchestration_layer_orchestration_comm_1f8cc24c,node_agent_mmd_llm_model_layer_llmlayer_command_specs_782af9fa,node_agent_mmd_memory_vector_layer_memorylayer_comman_111eb454,local_memory_preflight_command_spec_9e23f3ce,memory_gate_command_spec_dc9001a9,review_gate_command_spec_3187376a,node_agent_mmd_llm_model_layer_llmlayer_constants_con_c9bd3f6c,node_agent_mmd_memory_vector_layer_memorylayer_consta_702d3f46,context_compact_policy_3dcaf95d,node_agent_mmd_llm_model_layer_llmlayer_index_index_1_02e160ff,node_agent_mmd_memory_vector_layer_memorylayer_index__752bc61e,node_agent_mmd_llm_model_layer_llmlayer_indexer_index_4f4deef5,node_agent_mmd_memory_vector_layer_memorylayer_indexe_93e6d86f,init_error_5c7dd49f,lexical_fallback_723e2b3e,node_agent_mmd_llm_model_layer_llmlayer_ollama_ollama_968b23fa,node_agent_mmd_memory_vector_layer_memorylayer_ollama_6d51be16,rollout_a4fa034c,sources_878a52fc,store_824d80d7,node_agent_mmd_llm_model_layer_llmlayer_sync_contract_9f3cc8c1,node_agent_mmd_memory_vector_layer_memorylayer_sync_c_e43418bc,types_3_9675d69b,harness_run_context_ac7c77a9,index_1_faebc14e,json_schema_core_96d7e328,node_agent_mmd_orchestration_layer_orchestration_poli_3270b55d,node_agent_mmd_tool_layer_toollayer_policy_validators_af136abf,node_agent_mmd_memory_vector_layer_memorylayer_policy_1944de42,node_agent_mmd_orchestration_layer_orchestration_type_7cf81261,node_agent_mmd_tool_layer_toollayer_types_core_types__6c8319b6,node_agent_mmd_memory_vector_layer_memorylayer_types__83f369fa,node_agent_mmd_orchestration_layer_orchestration_vali_d9fe99e6,node_agent_mmd_tool_layer_toollayer_validator_core_va_6ef6131f,node_agent_mmd_memory_vector_layer_memorylayer_valida_41034356,node_agent_mmd_orchestration_layer_orchestration_init_2a9c3ecb,node_agent_mmd_memory_vector_layer_memorylayer_init_m_333d02c5,node_agent_mmd_orchestration_layer_orchestration_proj_6ab6f60f,node_agent_mmd_memory_vector_layer_memorylayer_projec_3ae304d9,scaffold_diagram_templates_dd88e83c,node_agent_mmd_orchestration_layer_orchestration_scaf_12cc07db,node_agent_mmd_memory_vector_layer_memorylayer_scaffo_5fd73b94,node_agent_mmd_orchestration_layer_orchestration_scaf_c9a90c2f,node_agent_mmd_tool_layer_toollayer_scaffold_environm_c1afc013,node_agent_mmd_memory_vector_layer_memorylayer_scaffo_12b42341,scaffold_root_command_templates_404fed7f,scaffold_script_template_registry_69312d4e,scaffold_shell_templates_0ad0f915,scaffold_surfaces_12d6494e,node_agent_mmd_orchestration_layer_orchestration_scaf_ff8f92f6,node_agent_mmd_memory_vector_layer_memorylayer_scaffo_a86eece1,scaffold_workflow_template_92310587,eval_seed_5699fd3e,index_4_013aa0e3,review_context_1_e3afed15,memory_gate_1_265164ac,branch_enforcer_acb749cd,cli_args_1_6144b055,node_agent_mmd_tool_layer_toollayer_cli_cli_2_1_32d9eeaf,node_agent_mmd_memory_vector_layer_memorylayer_cli_cl_1f1f89ab,node_agent_mmd_tool_layer_toollayer_metrics_tracker_m_4c9237d8,node_agent_mmd_memory_vector_layer_memorylayer_metric_12562178,types_10_75e5a4a0,validator_4_5180cf23,node_agent_mmd_orchestration_layer_orchestration_clas_899b821a,node_agent_mmd_memory_vector_layer_memorylayer_classi_1ebbf5ff,node_agent_mmd_orchestration_layer_orchestration_tool_cc43149f,node_agent_mmd_tool_layer_toollayer_tooling_baseline__61e66e9f,node_agent_mmd_memory_vector_layer_memorylayer_toolin_14f86b00,claim_helpers_20dc8387,types_14_fe7507be,local_memory_smoke_1175abfc,local_memory_0db17ecc,performance_overload_c685bfcf,node_agent_mmd_orchestration_layer_orchestration_sugg_85c5ebe3,node_agent_mmd_memory_vector_layer_memorylayer_sugges_267f408d,types_19_eb4ad5f0,overload_guard_2748c559 memNode
+   class node_agent_mmd_llm_model_layer_llmlayer_check_steerin_a7dbbd2f,node_agent_mmd_tool_layer_toollayer_check_steering_fe_84ed22c2,node_agent_mmd_memory_vector_layer_memorylayer_check__d71f8993,normalize_workflow_contracts_8701f1c8,sync_codex_preflight_7e7a8dc2,test_harness_upgrade_matrix_84113c4e,validate_workflow_contracts_33dc063c,branch_protect_core_a8feb0fd,node_agent_mmd_tool_layer_toollayer_ci_migrate_core_c_049f8460,node_agent_mmd_memory_vector_layer_memorylayer_ci_mig_0cd5b1a4,context_health_80bb7da9,node_agent_mmd_llm_model_layer_llmlayer_context_conte_ad2dfbd9,node_agent_mmd_memory_vector_layer_memorylayer_contex_78ceaaa9,docs_gate_core_eb9b6c18,node_agent_mmd_llm_model_layer_llmlayer_index_context_1041bd11,node_agent_mmd_memory_vector_layer_memorylayer_index__6f3402d0,local_memory_preflight_dcc36c42,memory_gate_a577a506,pattern_scope_siblings_43abe000,review_context_ca6cf81d,node_agent_mmd_tool_layer_toollayer_review_gate_core__7704598b,node_agent_mmd_memory_vector_layer_memorylayer_review_5bee9816,node_agent_mmd_llm_model_layer_llmlayer_search_search_66b9a911,node_agent_mmd_memory_vector_layer_memorylayer_search_ac35cb7e,node_agent_mmd_orchestration_layer_orchestration_tool_acfe0c01,node_agent_mmd_memory_vector_layer_memorylayer_toolin_a1185b8f,run_local_memory_preflight_36e92808,branch_protect_sync_570adb18,node_agent_mmd_tool_layer_toollayer_command_capabilit_e97a4615,node_agent_mmd_memory_vector_layer_memorylayer_comman_c72a5d05,node_agent_mmd_orchestration_layer_orchestration_comm_1f8cc24c,node_agent_mmd_llm_model_layer_llmlayer_command_specs_782af9fa,node_agent_mmd_memory_vector_layer_memorylayer_comman_111eb454,local_memory_preflight_command_spec_9e23f3ce,memory_gate_command_spec_dc9001a9,review_gate_command_spec_3187376a,node_agent_mmd_llm_model_layer_llmlayer_constants_con_c9bd3f6c,node_agent_mmd_memory_vector_layer_memorylayer_consta_702d3f46,context_compact_policy_3dcaf95d,node_agent_mmd_llm_model_layer_llmlayer_index_index_1_02e160ff,node_agent_mmd_memory_vector_layer_memorylayer_index__752bc61e,node_agent_mmd_llm_model_layer_llmlayer_indexer_index_4f4deef5,node_agent_mmd_memory_vector_layer_memorylayer_indexe_93e6d86f,init_error_5c7dd49f,lexical_fallback_723e2b3e,node_agent_mmd_llm_model_layer_llmlayer_ollama_ollama_968b23fa,node_agent_mmd_memory_vector_layer_memorylayer_ollama_6d51be16,rollout_a4fa034c,sources_878a52fc,store_824d80d7,node_agent_mmd_llm_model_layer_llmlayer_sync_contract_9f3cc8c1,node_agent_mmd_memory_vector_layer_memorylayer_sync_c_e43418bc,types_4_822d0f88,harness_run_context_ac7c77a9,index_1_faebc14e,json_schema_core_96d7e328,node_agent_mmd_orchestration_layer_orchestration_poli_3270b55d,node_agent_mmd_tool_layer_toollayer_policy_validators_af136abf,node_agent_mmd_memory_vector_layer_memorylayer_policy_1944de42,node_agent_mmd_orchestration_layer_orchestration_type_7cf81261,node_agent_mmd_tool_layer_toollayer_types_core_types__6c8319b6,node_agent_mmd_memory_vector_layer_memorylayer_types__83f369fa,node_agent_mmd_orchestration_layer_orchestration_vali_d9fe99e6,node_agent_mmd_tool_layer_toollayer_validator_core_va_6ef6131f,node_agent_mmd_memory_vector_layer_memorylayer_valida_41034356,node_agent_mmd_orchestration_layer_orchestration_init_2a9c3ecb,node_agent_mmd_memory_vector_layer_memorylayer_init_m_333d02c5,node_agent_mmd_orchestration_layer_orchestration_proj_6ab6f60f,node_agent_mmd_memory_vector_layer_memorylayer_projec_3ae304d9,scaffold_diagram_templates_dd88e83c,node_agent_mmd_orchestration_layer_orchestration_scaf_12cc07db,node_agent_mmd_memory_vector_layer_memorylayer_scaffo_5fd73b94,node_agent_mmd_orchestration_layer_orchestration_scaf_c9a90c2f,node_agent_mmd_tool_layer_toollayer_scaffold_environm_c1afc013,node_agent_mmd_memory_vector_layer_memorylayer_scaffo_12b42341,scaffold_root_command_templates_404fed7f,scaffold_script_template_registry_69312d4e,scaffold_shell_templates_0ad0f915,scaffold_surfaces_12d6494e,node_agent_mmd_orchestration_layer_orchestration_scaf_ff8f92f6,node_agent_mmd_memory_vector_layer_memorylayer_scaffo_a86eece1,scaffold_workflow_template_92310587,eval_seed_5699fd3e,index_4_013aa0e3,review_context_1_e3afed15,memory_gate_1_265164ac,branch_enforcer_acb749cd,cli_args_2_81c58cf7,node_agent_mmd_tool_layer_toollayer_cli_cli_2_1_32d9eeaf,node_agent_mmd_memory_vector_layer_memorylayer_cli_cl_1f1f89ab,node_agent_mmd_tool_layer_toollayer_metrics_tracker_m_4c9237d8,node_agent_mmd_memory_vector_layer_memorylayer_metric_12562178,types_11_4be3ee64,validator_4_5180cf23,node_agent_mmd_orchestration_layer_orchestration_clas_899b821a,node_agent_mmd_memory_vector_layer_memorylayer_classi_1ebbf5ff,node_agent_mmd_orchestration_layer_orchestration_tool_cc43149f,node_agent_mmd_tool_layer_toollayer_tooling_baseline__61e66e9f,node_agent_mmd_memory_vector_layer_memorylayer_toolin_14f86b00,claim_helpers_20dc8387,types_16_0fae1112,local_memory_smoke_1175abfc,local_memory_0db17ecc,performance_overload_c685bfcf,node_agent_mmd_orchestration_layer_orchestration_sugg_85c5ebe3,node_agent_mmd_memory_vector_layer_memorylayer_sugges_267f408d,types_22_f3cf4a73,overload_guard_2748c559 memNode
